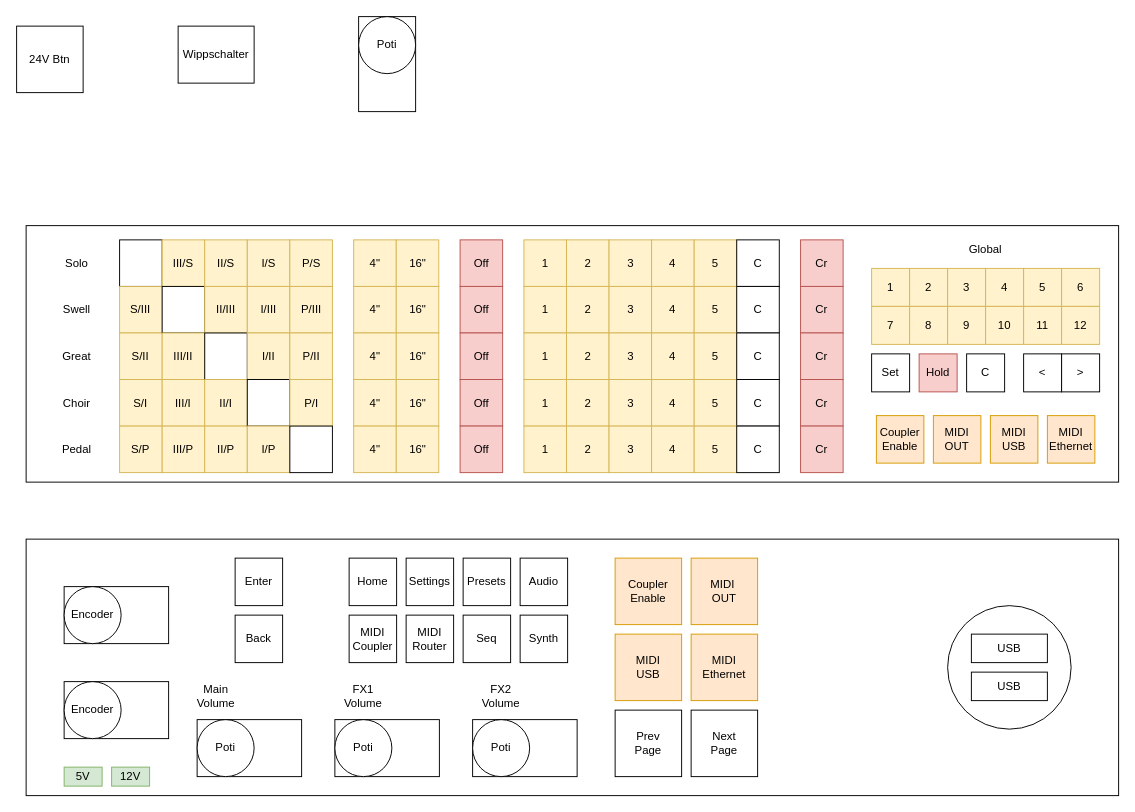
Above: drawings/Panel.drawio in stefanhepp/eOrgan (draw.io), before the change. Source tidied: cells renumbered, new cells numbered last; positions are measured from the earlier drawing's top-left corner, leaving out a move shared by most shapes. Both pictures are drawn from the tidied source at 95%, with x=0, y=0 at pixel (16, 16).
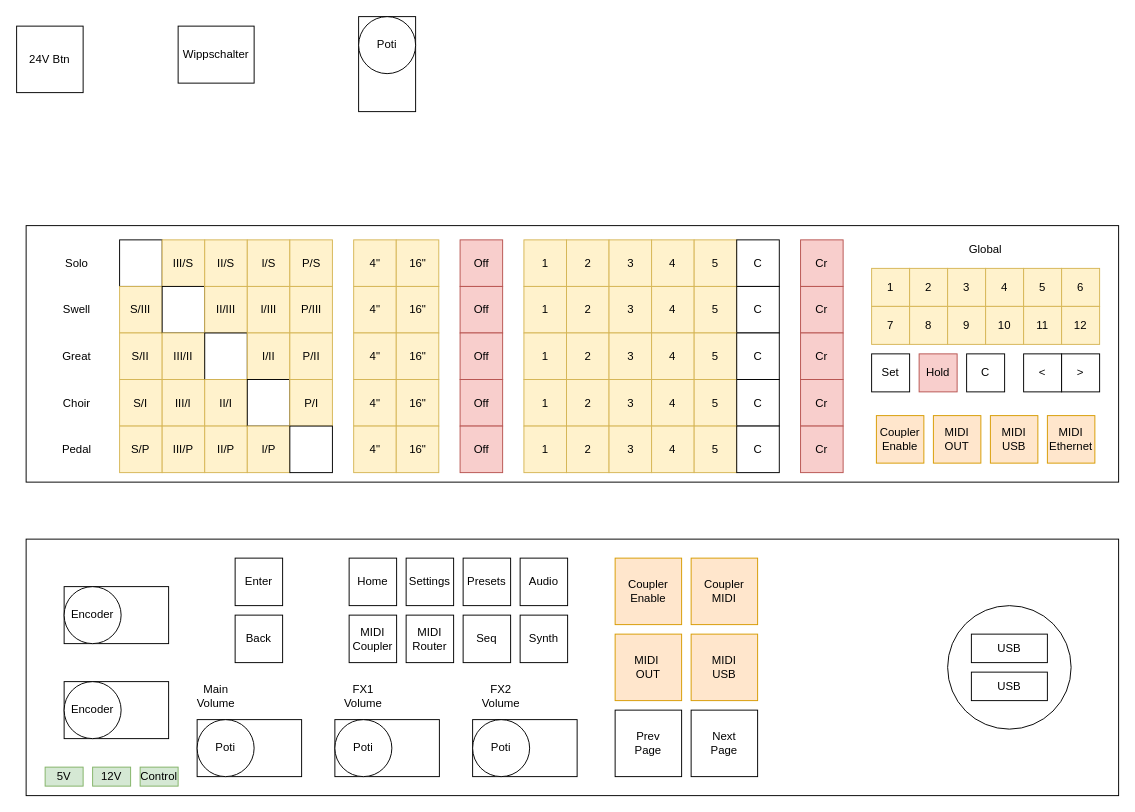
The same diagram, later.

Commit message (it also covers changes not shown here):
Initial schematics for panel control boards

What changed in the source:
```diff
@@
     <mxCell id="129" value="5V" style="rounded=0;whiteSpace=wrap;html=1;fillColor=#d5e8d4;strokeColor=#82b366;" parent="1" vertex="1">
-      <mxGeometry x="50" y="790" width="40" height="20" as="geometry" />
+      <mxGeometry x="30" y="790" width="40" height="20" as="geometry" />
     </mxCell>
     <mxCell id="130" value="12V" style="rounded=0;whiteSpace=wrap;html=1;fillColor=#d5e8d4;strokeColor=#82b366;" parent="1" vertex="1">
-      <mxGeometry x="100" y="790" width="40" height="20" as="geometry" />
+      <mxGeometry x="80" y="790" width="40" height="20" as="geometry" />
     </mxCell>
@@
     <mxCell id="139" value="MIDI&lt;div&gt;USB&lt;/div&gt;" style="rounded=0;whiteSpace=wrap;html=1;fillColor=#ffe6cc;strokeColor=#d79b00;" parent="1" vertex="1">
-      <mxGeometry x="630" y="650" width="70" height="70" as="geometry" />
+      <mxGeometry x="710" y="650" width="70" height="70" as="geometry" />
     </mxCell>
-    <mxCell id="140" value="MIDI&lt;br&gt;Ethernet" style="rounded=0;whiteSpace=wrap;html=1;fillColor=#ffe6cc;strokeColor=#d79b00;" parent="1" vertex="1">
-      <mxGeometry x="710" y="650" width="70" height="70" as="geometry" />
+    <mxCell id="140" value="Coupler&lt;br&gt;MIDI" style="rounded=0;whiteSpace=wrap;html=1;fillColor=#ffe6cc;strokeColor=#d79b00;" parent="1" vertex="1">
+      <mxGeometry x="710" y="570" width="70" height="70" as="geometry" />
     </mxCell>
@@
     <mxCell id="142" value="MIDI&amp;nbsp;&lt;div&gt;OUT&lt;/div&gt;" style="rounded=0;whiteSpace=wrap;html=1;fillColor=#ffe6cc;strokeColor=#d79b00;" parent="1" vertex="1">
-      <mxGeometry x="710" y="570" width="70" height="70" as="geometry" />
+      <mxGeometry x="630" y="650" width="70" height="70" as="geometry" />
     </mxCell>
@@
+    <mxCell id="145" value="Control" style="rounded=0;whiteSpace=wrap;html=1;fillColor=#d5e8d4;strokeColor=#82b366;" parent="1" vertex="1">
+      <mxGeometry x="130" y="790" width="40" height="20" as="geometry" />
+    </mxCell>
```
